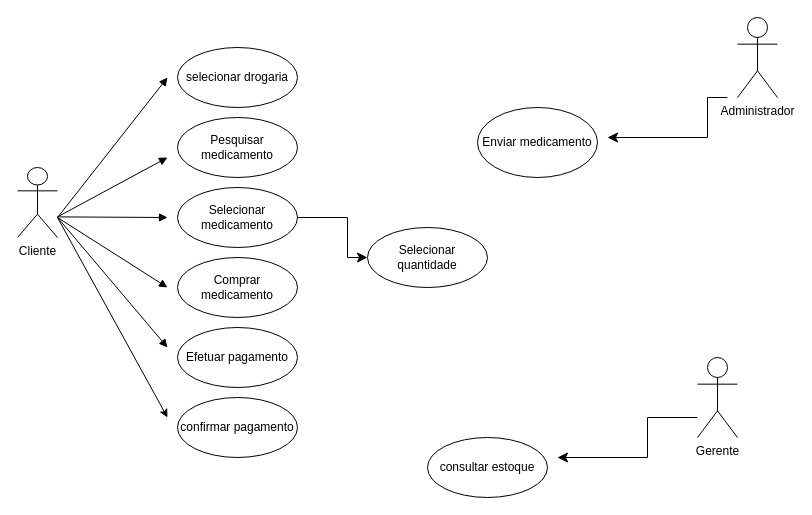
Earlier version of the draw.io diagram page "Página-11" (11 of 16) of Diagrama sem nome.drawio (Raquelf-06/diagramasderequisitos). Source tidied: cells renumbered, new cells numbered last; positions are measured from the earlier drawing's top-left corner, leaving out a move shared by most shapes. Both pictures are drawn from the tidied source at 100%, with x=0, y=0 at pixel (17, 17).
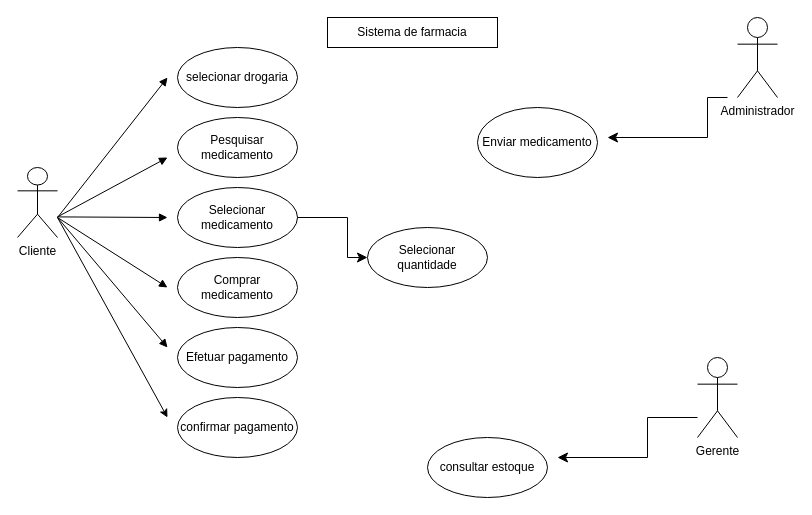
The same page after the edit.

The edit, as a diff of the source:
```diff
@@
+    <mxCell id="23" value="Sistema de farmacia" style="rounded=0;whiteSpace=wrap;html=1;" parent="1" vertex="1">
+      <mxGeometry x="310" width="170" height="30" as="geometry" />
+    </mxCell>
```
